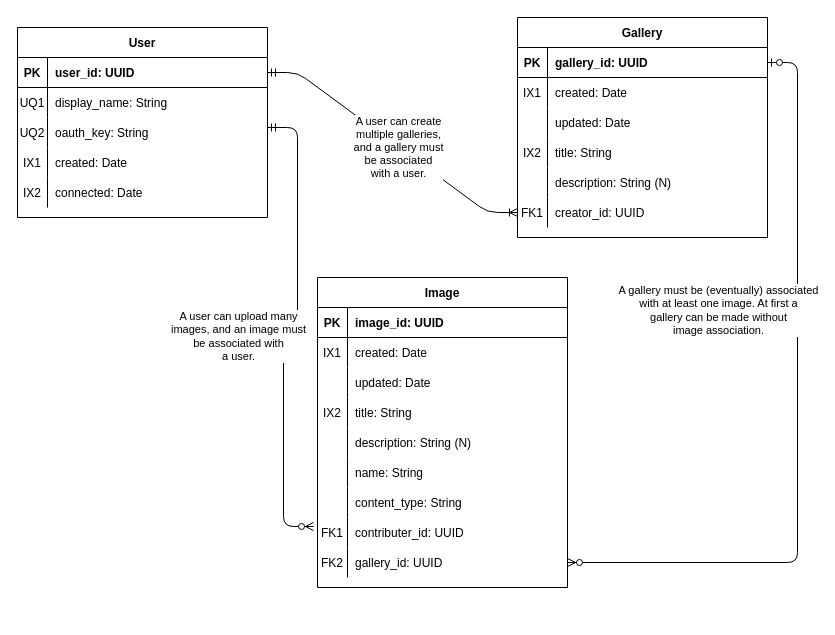
Earlier version of the draw.io diagram docs/work/erd.drawio (darbach/gallery-service). Source tidied: cells renumbered, new cells numbered last; positions are measured from the earlier drawing's top-left corner, leaving out a move shared by most shapes. Both pictures are drawn from the tidied source at 100%, with x=0, y=0 at pixel (17, 17).
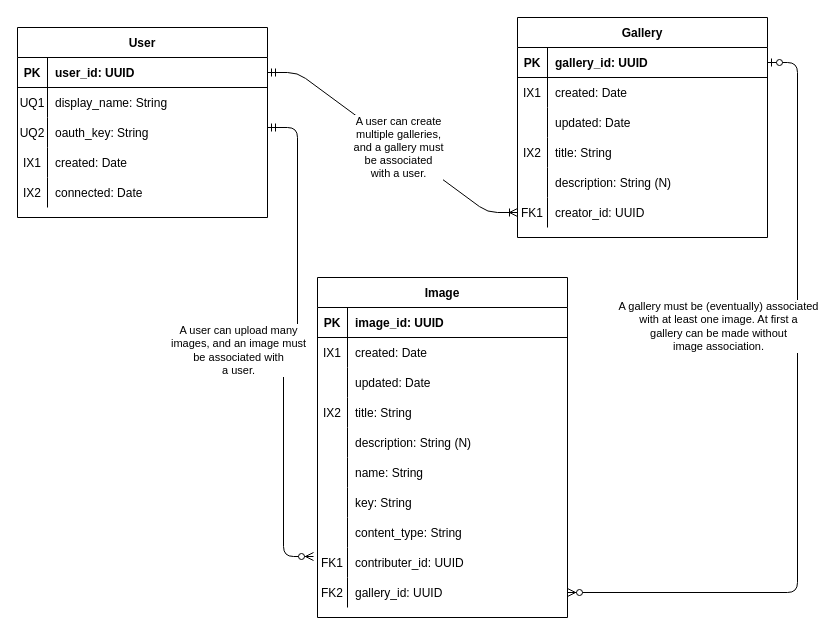
After the change.

Commit message (it also covers changes not shown here):
Updated ERD to include Image entity Key.

Change to the diagram source:
```diff
@@
     <mxCell id="25" value="Image" style="shape=table;startSize=30;childLayout=tableLayout;rowLines=0;fontStyle=1;align=center;" parent="1" vertex="1">
-      <mxGeometry x="300" y="260" width="250" height="310" as="geometry" />
+      <mxGeometry x="300" y="260" width="250" height="340" as="geometry" />
     </mxCell>
@@
+    <mxCell id="71" style="shape=partialRectangle;fillColor=none;top=0;left=0;right=0;bottom=0;" parent="25" vertex="1">
+      <mxGeometry y="210" width="250" height="30" as="geometry" />
+    </mxCell>
+    <mxCell id="72" style="shape=partialRectangle;overflow=hidden;fillColor=none;top=0;left=0;bottom=0;right=0;" parent="71" vertex="1">
+      <mxGeometry width="30" height="30" as="geometry" />
+    </mxCell>
+    <mxCell id="73" value="key: String" style="shape=partialRectangle;overflow=hidden;fillColor=none;top=0;left=0;bottom=0;right=0;align=left;spacingLeft=6;" parent="71" vertex="1">
+      <mxGeometry x="30" width="220" height="30" as="geometry" />
+    </mxCell>
     <mxCell id="44" style="shape=partialRectangle;fillColor=none;top=0;left=0;right=0;bottom=0;" parent="25" vertex="1">
-      <mxGeometry y="210" width="250" height="30" as="geometry" />
+      <mxGeometry y="240" width="250" height="30" as="geometry" />
     </mxCell>
@@
     <mxCell id="47" style="shape=partialRectangle;fillColor=none;points=[[0,0.5],[1,0.5]];portConstraint=eastwest;top=0;left=0;right=0;bottom=0;" parent="25" vertex="1">
-      <mxGeometry y="240" width="250" height="30" as="geometry" />
+      <mxGeometry y="270" width="250" height="30" as="geometry" />
     </mxCell>
@@
     <mxCell id="50" style="shape=partialRectangle;fillColor=none;points=[[0,0.5],[1,0.5]];portConstraint=eastwest;top=0;left=0;right=0;bottom=0;" parent="25" vertex="1">
-      <mxGeometry y="270" width="250" height="30" as="geometry" />
+      <mxGeometry y="300" width="250" height="30" as="geometry" />
     </mxCell>
```
